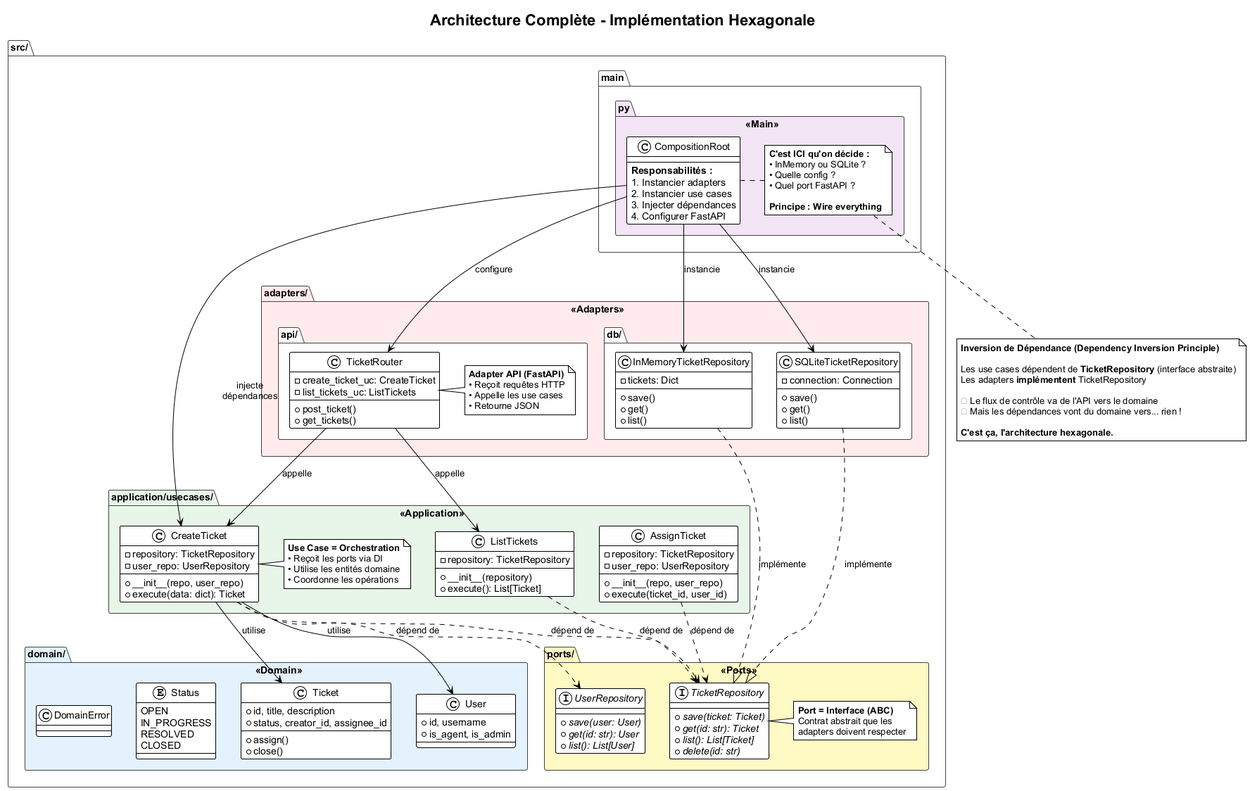
Before: docs/architecture/03_architecture_complete.png, a diagram exported from PlantUML (Marcennaji/architecture-logicielle-BUT2-ressources). Source of this version:
```plantuml
@startuml
!theme plain
skinparam backgroundColor white
skinparam defaultFontName Arial

title Architecture Complète - Implémentation Hexagonale

skinparam package {
  BackgroundColor<<Domain>> #E3F2FD
  BackgroundColor<<Application>> #E8F5E9
  BackgroundColor<<Ports>> #FFF9C4
  BackgroundColor<<Adapters>> #FFEBEE
  BackgroundColor<<Main>> #F3E5F5
  BorderColor #424242
  FontStyle bold
}

package "src/" {

  package "domain/" <<Domain>> {
    class Ticket {
      +id, title, description
      +status, creator_id, assignee_id
      --
      +assign()
      +close()
    }

    class User {
      +id, username
      +is_agent, is_admin
    }

    enum Status {
      OPEN
      IN_PROGRESS
      RESOLVED
      CLOSED
    }

    class DomainError {
    }
  }

  package "ports/" <<Ports>> {
    interface TicketRepository {
      +{abstract} save(ticket: Ticket)
      +{abstract} get(id: str): Ticket
      +{abstract} list(): List[Ticket]
      +{abstract} delete(id: str)
    }

    interface UserRepository {
      +{abstract} save(user: User)
      +{abstract} get(id: str): User
      +{abstract} list(): List[User]
    }

    note right of TicketRepository
      **Port = Interface (ABC)**
      Contrat abstrait que les
      adapters doivent respecter
    end note
  }

  package "application/usecases/" <<Application>> {
    class CreateTicket {
      -repository: TicketRepository
      -user_repo: UserRepository
      --
      +__init__(repo, user_repo)
      +execute(data: dict): Ticket
    }

    class ListTickets {
      -repository: TicketRepository
      --
      +__init__(repository)
      +execute(): List[Ticket]
    }

    class AssignTicket {
      -repository: TicketRepository
      -user_repo: UserRepository
      --
      +__init__(repo, user_repo)
      +execute(ticket_id, user_id)
    }

    note right of CreateTicket
      **Use Case = Orchestration**
      • Reçoit les ports via DI
      • Utilise les entités domaine
      • Coordonne les opérations
    end note
  }

  package "adapters/" <<Adapters>> {
    package "db/" {
      class InMemoryTicketRepository {
        -tickets: Dict
        --
        +save()
        +get()
        +list()
      }

      class SQLiteTicketRepository {
        -connection: Connection
        --
        +save()
        +get()
        +list()
      }
    }

    package "api/" {
      class TicketRouter {
        -create_ticket_uc: CreateTicket
        -list_tickets_uc: ListTickets
        --
        +post_ticket()
        +get_tickets()
      }

      note right of TicketRouter
        **Adapter API (FastAPI)**
        • Reçoit requêtes HTTP
        • Appelle les use cases
        • Retourne JSON
      end note
    }
  }

  package "main.py" <<Main>> {
    class CompositionRoot {
      --
      **Responsabilités :**
      1. Instancier adapters
      2. Instancier use cases
      3. Injecter dépendances
      4. Configurer FastAPI
    }

    note right of CompositionRoot
      **C'est ICI qu'on décide :**
      • InMemory ou SQLite ?
      • Quelle config ?
      • Quel port FastAPI ?

      **Principe : Wire everything**
    end note
  }
}

CreateTicket ..> TicketRepository : dépend de
CreateTicket ..> UserRepository : dépend de
CreateTicket --> Ticket : utilise
CreateTicket --> User : utilise

ListTickets ..> TicketRepository : dépend de
AssignTicket ..> TicketRepository : dépend de

InMemoryTicketRepository ..|> TicketRepository : implémente
SQLiteTicketRepository ..|> TicketRepository : implémente

TicketRouter --> CreateTicket : appelle
TicketRouter --> ListTickets : appelle

CompositionRoot --> InMemoryTicketRepository : instancie
CompositionRoot --> SQLiteTicketRepository : instancie
CompositionRoot --> CreateTicket : injecte\ndépendances
CompositionRoot --> TicketRouter : configure

note bottom
  **Inversion de Dépendance (Dependency Inversion Principle)**

  Les use cases dépendent de **TicketRepository** (interface abstraite)
  Les adapters **implémentent** TicketRepository

  ➜ Le flux de contrôle va de l'API vers le domaine
  ➜ Mais les dépendances vont du domaine vers... rien !

  **C'est ça, l'architecture hexagonale.**
end note

@enduml
```
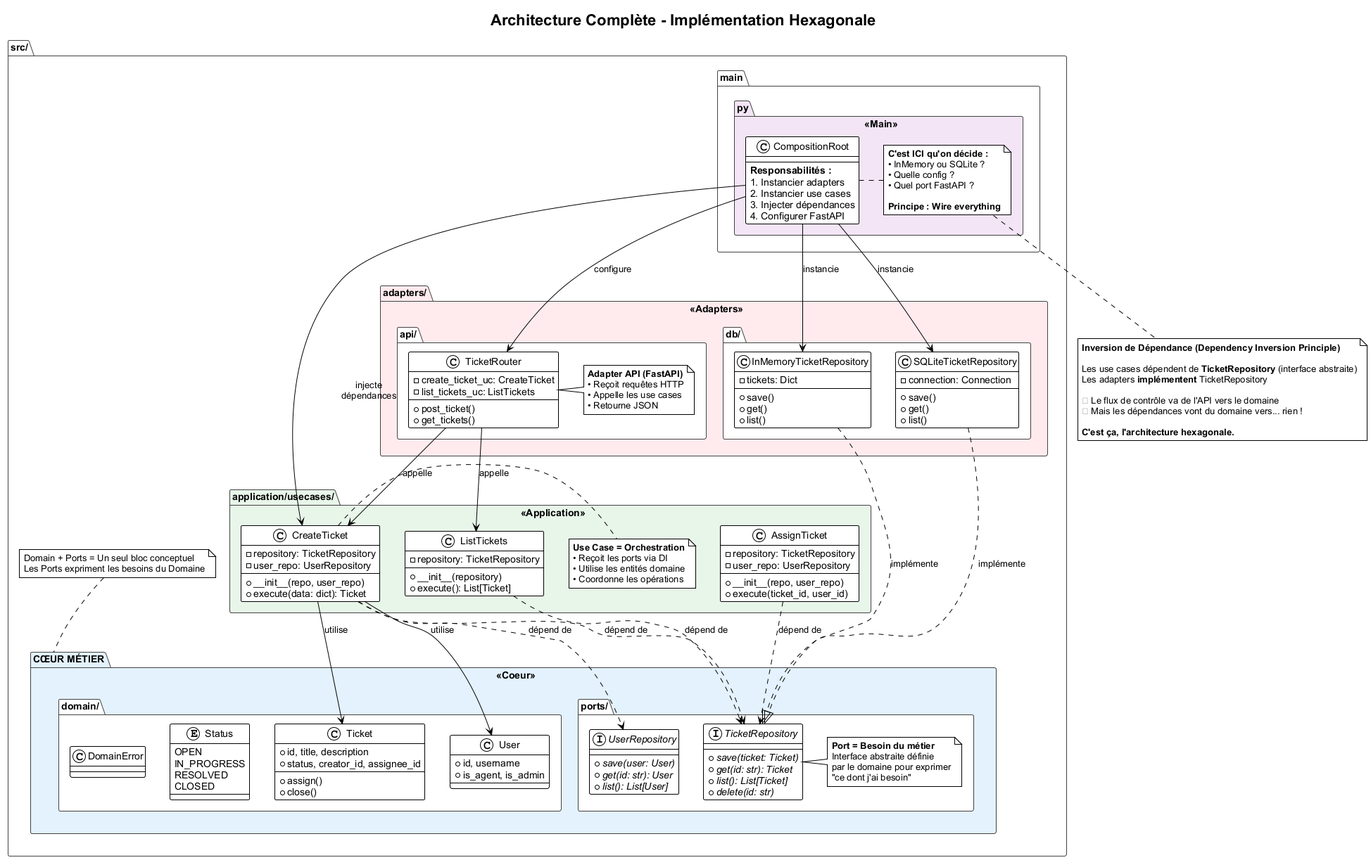
Later version of the same file.

What changed in the source:
```diff
@@ -6,9 +6,8 @@
 title Architecture Complète - Implémentation Hexagonale
 
 skinparam package {
-  BackgroundColor<<Domain>> #E3F2FD
+  BackgroundColor<<Coeur>> #E3F2FD
   BackgroundColor<<Application>> #E8F5E9
-  BackgroundColor<<Ports>> #FFF9C4
   BackgroundColor<<Adapters>> #FFEBEE
   BackgroundColor<<Main>> #F3E5F5
   BorderColor #424242
@@ -17,51 +16,59 @@
 
 package "src/" {
 
-  package "domain/" <<Domain>> {
-    class Ticket {
-      +id, title, description
-      +status, creator_id, assignee_id
-      --
-      +assign()
-      +close()
+  package "CŒUR MÉTIER" <<Coeur>> {
+    package "domain/" {
+      class Ticket {
+        +id, title, description
+        +status, creator_id, assignee_id
+        --
+        +assign()
+        +close()
+      }
+
+      class User {
+        +id, username
+        +is_agent, is_admin
+      }
+
+      enum Status {
+        OPEN
+        IN_PROGRESS
+        RESOLVED
+        CLOSED
+      }
+
+      class DomainError {
+      }
     }
 
-    class User {
-      +id, username
-      +is_agent, is_admin
-    }
+    package "ports/" {
+      interface TicketRepository {
+        +{abstract} save(ticket: Ticket)
+        +{abstract} get(id: str): Ticket
+        +{abstract} list(): List[Ticket]
+        +{abstract} delete(id: str)
+      }
 
-    enum Status {
-      OPEN
-      IN_PROGRESS
-      RESOLVED
-      CLOSED
-    }
+      interface UserRepository {
+        +{abstract} save(user: User)
+        +{abstract} get(id: str): User
+        +{abstract} list(): List[User]
+      }
 
-    class DomainError {
+      note right of TicketRepository
+        **Port = Besoin du métier**
+        Interface abstraite définie
+        par le domaine pour exprimer
+        "ce dont j'ai besoin"
+      end note
     }
   }
 
-  package "ports/" <<Ports>> {
-    interface TicketRepository {
-      +{abstract} save(ticket: Ticket)
-      +{abstract} get(id: str): Ticket
-      +{abstract} list(): List[Ticket]
-      +{abstract} delete(id: str)
-    }
-
-    interface UserRepository {
-      +{abstract} save(user: User)
-      +{abstract} get(id: str): User
-      +{abstract} list(): List[User]
-    }
-
-    note right of TicketRepository
-      **Port = Interface (ABC)**
-      Contrat abstrait que les
-      adapters doivent respecter
-    end note
-  }
+  note top of "CŒUR MÉTIER"
+    Domain + Ports = Un seul bloc conceptuel
+    Les Ports expriment les besoins du Domaine
+  end note
 
   package "application/usecases/" <<Application>> {
     class CreateTicket {
```
